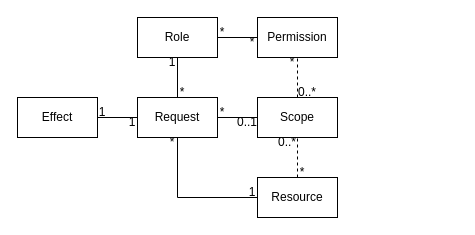
Before: docs/MDP.AspNetCore.Authorization-領域模型.drawio in MDPNetCore/MDP.AspNetCore.Authorization, a draw.io diagram. Source tidied: cells renumbered, new cells numbered last; positions are measured from the earlier drawing's top-left corner, leaving out a move shared by most shapes. Both pictures are drawn from the tidied source at 100%, with x=0, y=0 at pixel (17, 17).
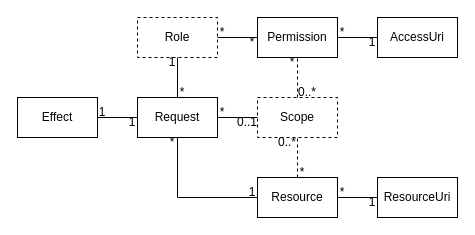
The same page after the edit.

Commit message:
[src] 更新領域模型

The change refers to these unchanged cells:
```xml
<mxCell id="3" value="Permission" style="rounded=0;whiteSpace=wrap;html=1;" parent="1" vertex="1">
  <mxGeometry x="240" width="80" height="40" as="geometry" />
</mxCell>
<mxCell id="5" value="Resource" style="rounded=0;whiteSpace=wrap;html=1;" parent="1" vertex="1">
  <mxGeometry x="240" y="160" width="80" height="40" as="geometry" />
</mxCell>
```

Diff of the diagram source:
```diff
@@
-    <mxCell id="2" value="Role" style="rounded=0;whiteSpace=wrap;html=1;" parent="1" vertex="1">
+    <mxCell id="2" value="Role" style="rounded=0;whiteSpace=wrap;html=1;dashed=1;" parent="1" vertex="1">
       <mxGeometry x="120" width="80" height="40" as="geometry" />
     </mxCell>
@@
-    <mxCell id="8" value="Scope" style="rounded=0;whiteSpace=wrap;html=1;" parent="1" vertex="1">
+    <mxCell id="8" value="Scope" style="rounded=0;whiteSpace=wrap;html=1;dashed=1;" parent="1" vertex="1">
       <mxGeometry x="240" y="80" width="80" height="40" as="geometry" />
     </mxCell>
@@
+    <mxCell id="29" value="ResourceUri" style="rounded=0;whiteSpace=wrap;html=1;" parent="1" vertex="1">
+      <mxGeometry x="360" y="160" width="80" height="40" as="geometry" />
+    </mxCell>
+    <mxCell id="30" value="AccessUri" style="rounded=0;whiteSpace=wrap;html=1;" parent="1" vertex="1">
+      <mxGeometry x="360" width="80" height="40" as="geometry" />
+    </mxCell>
+    <mxCell id="31" style="rounded=0;jettySize=auto;html=1;endArrow=none;endFill=0;edgeStyle=orthogonalEdgeStyle;" parent="1" edge="1" source="30" target="3">
+      <mxGeometry relative="1" as="geometry" />
+    </mxCell>
+    <mxCell id="32" style="rounded=0;jettySize=auto;html=1;endArrow=none;endFill=0;edgeStyle=orthogonalEdgeStyle;" parent="1" edge="1" source="29" target="5">
+      <mxGeometry relative="1" as="geometry" />
+    </mxCell>
+    <mxCell id="33" value="1" style="text;html=1;strokeColor=none;align=center;verticalAlign=middle;whiteSpace=wrap;rounded=0;opacity=0;" parent="1" vertex="1">
+      <mxGeometry x="350" y="180" width="10" height="10" as="geometry" />
+    </mxCell>
+    <mxCell id="34" value="*" style="text;html=1;strokeColor=none;align=center;verticalAlign=middle;whiteSpace=wrap;rounded=0;opacity=0;" parent="1" vertex="1">
+      <mxGeometry x="320" y="170" width="10" height="10" as="geometry" />
+    </mxCell>
+    <mxCell id="35" value="1" style="text;html=1;strokeColor=none;align=center;verticalAlign=middle;whiteSpace=wrap;rounded=0;opacity=0;" parent="1" vertex="1">
+      <mxGeometry x="350" y="20" width="10" height="10" as="geometry" />
+    </mxCell>
+    <mxCell id="36" value="*" style="text;html=1;strokeColor=none;align=center;verticalAlign=middle;whiteSpace=wrap;rounded=0;opacity=0;" parent="1" vertex="1">
+      <mxGeometry x="320" y="10" width="10" height="10" as="geometry" />
+    </mxCell>
```
